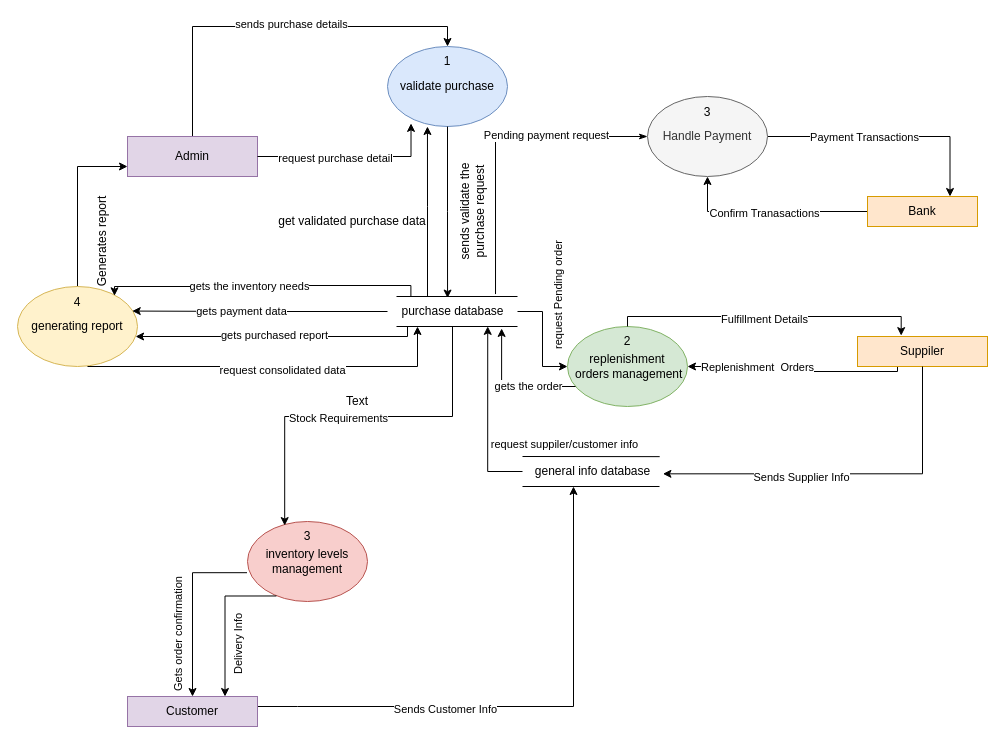
Before: Payment level 1.drawio in pawal-karki/DRAW.IO, a draw.io diagram. Source tidied: cells renumbered, new cells numbered last; positions are measured from the earlier drawing's top-left corner, leaving out a move shared by most shapes. Both pictures are drawn from the tidied source at 100%, with x=0, y=0 at pixel (-3, 46).
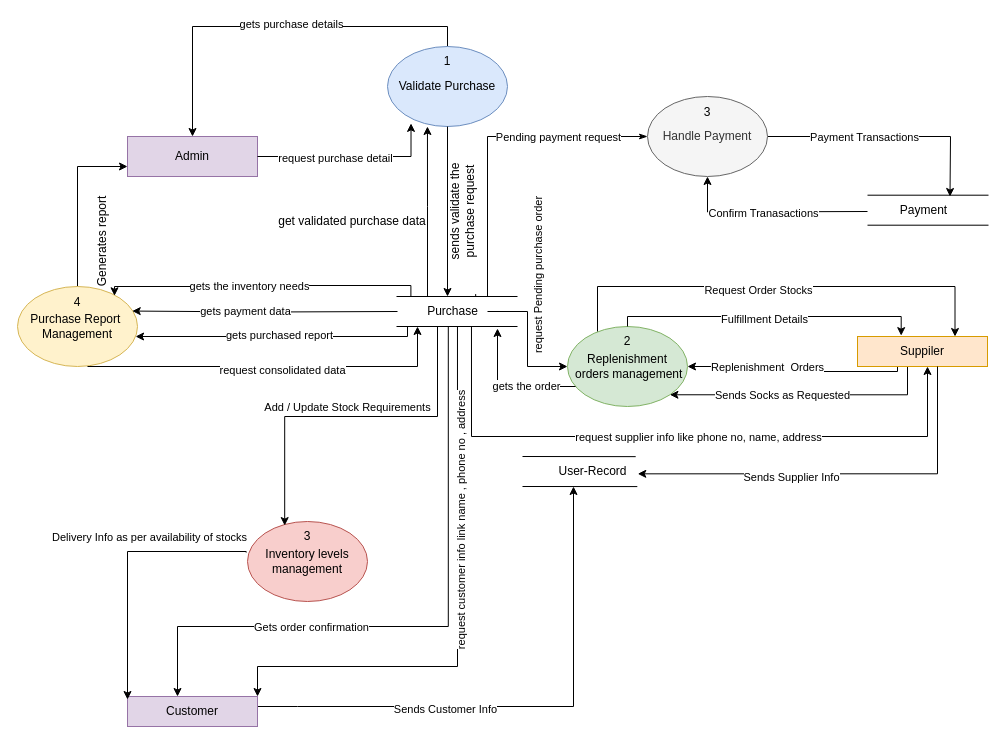
After the change.

Unchanged cells that the change refers to:
```xml
<mxCell id="4" value="Admin" style="rounded=0;whiteSpace=wrap;html=1;fillColor=#e1d5e7;strokeColor=#9673a6;" parent="1" vertex="1">
  <mxGeometry x="130" y="90" width="130" height="40" as="geometry" />
</mxCell>
<mxCell id="12" style="edgeStyle=orthogonalEdgeStyle;rounded=0;jettySize=auto;html=1;" parent="1" edge="1" source="14" target="38">
  <mxGeometry relative="1" as="geometry" />
</mxCell>
<mxCell id="33" value="Customer" style="rounded=0;whiteSpace=wrap;html=1;fillColor=#e1d5e7;strokeColor=#9673a6;" parent="1" vertex="1">
  <mxGeometry x="130" y="650" width="130" height="30" as="geometry" />
</mxCell>
<mxCell id="39" style="edgeStyle=orthogonalEdgeStyle;rounded=0;jettySize=auto;html=1;entryX=0.5;entryY=1;entryDx=0;entryDy=0;startArrow=classic;startFill=1;endArrow=none;endFill=0;" parent="1" edge="1" source="38" target="43">
  <mxGeometry relative="1" as="geometry">
    <Array as="points">
      <mxPoint x="790" y="320" />
      <mxPoint x="790" y="325" />
      <mxPoint x="900" y="325" />
      <mxPoint x="900" y="320" />
    </Array>
  </mxGeometry>
</mxCell>
<mxCell id="43" value="Suppiler" style="rounded=0;whiteSpace=wrap;html=1;fillColor=#ffe6cc;strokeColor=#d79b00;" parent="1" vertex="1">
  <mxGeometry x="860" y="290" width="130" height="30" as="geometry" />
</mxCell>
<mxCell id="57" value="Handle Payment" style="ellipse;whiteSpace=wrap;html=1;fillColor=#f5f5f5;fontColor=#333333;strokeColor=#666666;" parent="1" vertex="1">
  <mxGeometry x="650" y="50" width="120" height="80" as="geometry" />
</mxCell>
```

What changed in the source:
```diff
@@
-    <mxCell id="2" style="edgeStyle=orthogonalEdgeStyle;rounded=0;jettySize=auto;html=1;exitX=0.5;exitY=0;exitDx=0;exitDy=0;entryX=0.5;entryY=0;entryDx=0;entryDy=0;" parent="1" edge="1" source="4" target="5">
+    <mxCell id="2" style="edgeStyle=orthogonalEdgeStyle;rounded=0;jettySize=auto;html=1;exitX=0.5;exitY=0;exitDx=0;exitDy=0;entryX=0.5;entryY=0;entryDx=0;entryDy=0;startArrow=classic;startFill=1;endArrow=none;endFill=0;" parent="1" edge="1" source="4" target="5">
       <mxGeometry relative="1" as="geometry" />
     </mxCell>
-    <mxCell id="3" value="sends purchase details" style="edgeLabel;html=1;align=center;verticalAlign=middle;" parent="2" vertex="1">
+    <mxCell id="3" value="gets purchase details" style="edgeLabel;html=1;align=center;verticalAlign=middle;" parent="2" vertex="1">
       <mxGeometry x="0.08" y="3" relative="1" as="geometry" />
     </mxCell>
@@
-    <mxCell id="5" value="validate purchase" style="ellipse;whiteSpace=wrap;html=1;fillColor=#dae8fc;strokeColor=#6c8ebf;" parent="1" vertex="1">
+    <mxCell id="5" value="Validate Purchase" style="ellipse;whiteSpace=wrap;html=1;fillColor=#dae8fc;strokeColor=#6c8ebf;" parent="1" vertex="1">
       <mxGeometry x="390" width="120" height="80" as="geometry" />
     </mxCell>
@@
-    <mxCell id="7" value="generating report" style="ellipse;whiteSpace=wrap;html=1;fillColor=#fff2cc;strokeColor=#d6b656;" parent="1" vertex="1">
+    <mxCell id="7" value="Purchase Report&amp;nbsp;&lt;div&gt;Management&lt;/div&gt;" style="ellipse;whiteSpace=wrap;html=1;fillColor=#fff2cc;strokeColor=#d6b656;" parent="1" vertex="1">
       <mxGeometry x="20" y="240" width="120" height="80" as="geometry" />
     </mxCell>
@@
     <mxCell id="10" style="edgeStyle=orthogonalEdgeStyle;rounded=0;jettySize=auto;html=1;" parent="1" edge="1" source="14" target="7">
       <mxGeometry relative="1" as="geometry">
         <Array as="points">
+          <mxPoint x="410" y="280" />
           <mxPoint x="410" y="290" />
         </Array>
       </mxGeometry>
     </mxCell>
@@
-    <mxCell id="13" value="request Pending order" style="edgeLabel;html=1;align=center;verticalAlign=middle;rotation=-90;" parent="12" vertex="1">
+    <mxCell id="13" value="request Pending purchase order" style="edgeLabel;html=1;align=center;verticalAlign=middle;rotation=-90;" parent="12" vertex="1">
       <mxGeometry x="-0.02" y="-4" relative="1" as="geometry">
-        <mxPoint x="19" y="-41" as="offset" />
+        <mxPoint x="14" y="-61" as="offset" />
       </mxGeometry>
     </mxCell>
-    <mxCell id="14" value="purchase database" style="text;html=1;align=center;verticalAlign=middle;points=[];strokeColor=none;fillColor=none;" parent="1" vertex="1">
-      <mxGeometry x="390" y="250" width="130" height="30" as="geometry" />
+    <mxCell id="14" value="Purchase" style="text;html=1;align=center;verticalAlign=middle;points=[];strokeColor=none;fillColor=none;" parent="1" vertex="1">
+      <mxGeometry x="420" y="250" width="70" height="30" as="geometry" />
     </mxCell>
@@
-    <mxCell id="18" style="edgeStyle=orthogonalEdgeStyle;rounded=0;jettySize=auto;html=1;entryX=0.462;entryY=0.052;entryDx=0;entryDy=0;entryPerimeter=0;" parent="1" edge="1" source="5" target="14">
-      <mxGeometry relative="1" as="geometry" />
+    <mxCell id="18" style="edgeStyle=orthogonalEdgeStyle;rounded=0;jettySize=auto;html=1;" parent="1" edge="1" source="5">
+      <mxGeometry relative="1" as="geometry">
+        <mxPoint x="450" y="250" as="targetPoint" />
+        <Array as="points">
+          <mxPoint x="450" y="248" />
+        </Array>
+      </mxGeometry>
     </mxCell>
     <mxCell id="19" value="sends validate the purchase request" style="text;html=1;align=center;verticalAlign=middle;whiteSpace=wrap;rounded=0;rotation=-90;" parent="1" vertex="1">
-      <mxGeometry x="400" y="150" width="150" height="30" as="geometry" />
+      <mxGeometry x="390" y="150" width="150" height="30" as="geometry" />
     </mxCell>
@@
-    <mxCell id="24" value="inventory levels management" style="ellipse;whiteSpace=wrap;html=1;fillColor=#f8cecc;strokeColor=#b85450;" parent="1" vertex="1">
+    <mxCell id="24" value="Inventory levels management" style="ellipse;whiteSpace=wrap;html=1;fillColor=#f8cecc;strokeColor=#b85450;" parent="1" vertex="1">
       <mxGeometry x="250" y="475" width="120" height="80" as="geometry" />
     </mxCell>
-    <mxCell id="25" style="edgeStyle=orthogonalEdgeStyle;rounded=0;jettySize=auto;html=1;entryX=0.956;entryY=0.307;entryDx=0;entryDy=0;entryPerimeter=0;" parent="1" edge="1" source="14" target="7">
-      <mxGeometry relative="1" as="geometry" />
+    <mxCell id="25" style="edgeStyle=orthogonalEdgeStyle;rounded=0;jettySize=auto;html=1;entryX=0.956;entryY=0.307;entryDx=0;entryDy=0;entryPerimeter=0;" parent="1" edge="1" target="7">
+      <mxGeometry relative="1" as="geometry">
+        <mxPoint x="400" y="265" as="sourcePoint" />
+      </mxGeometry>
     </mxCell>
@@
     <mxCell id="31" style="edgeStyle=orthogonalEdgeStyle;rounded=0;jettySize=auto;html=1;entryX=0.31;entryY=0.051;entryDx=0;entryDy=0;entryPerimeter=0;" parent="1" edge="1" source="14" target="24">
       <mxGeometry relative="1" as="geometry">
         <Array as="points">
-          <mxPoint x="455" y="370" />
+          <mxPoint x="440" y="370" />
           <mxPoint x="287" y="370" />
         </Array>
       </mxGeometry>
     </mxCell>
-    <mxCell id="32" value="Stock Requirements" style="edgeLabel;html=1;align=center;verticalAlign=middle;" parent="31" vertex="1">
-      <mxGeometry x="0.12" y="1" relative="1" as="geometry" />
+    <mxCell id="32" value="Add / Update Stock Requirements" style="edgeLabel;html=1;align=center;verticalAlign=middle;" parent="31" vertex="1">
+      <mxGeometry x="0.12" y="1" relative="1" as="geometry">
+        <mxPoint x="16" y="-11" as="offset" />
+      </mxGeometry>
     </mxCell>
@@
-    <mxCell id="34" style="edgeStyle=orthogonalEdgeStyle;rounded=0;jettySize=auto;html=1;entryX=-0.004;entryY=0.64;entryDx=0;entryDy=0;entryPerimeter=0;startArrow=classic;startFill=1;endArrow=none;endFill=0;" parent="1" edge="1" source="33" target="24">
-      <mxGeometry relative="1" as="geometry" />
+    <mxCell id="34" style="edgeStyle=orthogonalEdgeStyle;rounded=0;jettySize=auto;html=1;startArrow=classic;startFill=1;endArrow=none;endFill=0;entryX=0.44;entryY=1;entryDx=0;entryDy=0;entryPerimeter=0;" parent="1" edge="1" source="33" target="14">
+      <mxGeometry relative="1" as="geometry">
+        <Array as="points">
+          <mxPoint x="180" y="580" />
+          <mxPoint x="451" y="580" />
+        </Array>
+      </mxGeometry>
     </mxCell>
-    <mxCell id="35" value="Gets order confirmation" style="edgeLabel;html=1;align=center;verticalAlign=middle;rotation=-90;" parent="34" vertex="1">
+    <mxCell id="35" value="Gets order confirmation" style="edgeLabel;html=1;align=center;verticalAlign=middle;rotation=0;" parent="34" vertex="1">
       <mxGeometry x="-0.32" relative="1" as="geometry">
         <mxPoint x="-15" as="offset" />
       </mxGeometry>
     </mxCell>
-    <mxCell id="36" value="Delivery Info" style="edgeLabel;html=1;align=center;verticalAlign=middle;rotation=-90;" parent="34" vertex="1">
+    <mxCell id="36" value="Delivery Info as per availability of stocks" style="edgeLabel;html=1;align=center;verticalAlign=middle;rotation=0;" parent="34" vertex="1">
       <mxGeometry x="-0.32" relative="1" as="geometry">
-        <mxPoint x="45" y="10" as="offset" />
+        <mxPoint x="-177" y="-90" as="offset" />
       </mxGeometry>
     </mxCell>
-    <mxCell id="37" style="edgeStyle=orthogonalEdgeStyle;rounded=0;jettySize=auto;html=1;exitX=0.75;exitY=0;exitDx=0;exitDy=0;entryX=0.241;entryY=0.931;entryDx=0;entryDy=0;entryPerimeter=0;startArrow=classic;startFill=1;endArrow=none;endFill=0;" parent="1" edge="1" source="33" target="24">
+    <mxCell id="37" style="edgeStyle=orthogonalEdgeStyle;rounded=0;jettySize=auto;html=1;exitX=0.75;exitY=0;exitDx=0;exitDy=0;entryX=-0.011;entryY=0.389;entryDx=0;entryDy=0;entryPerimeter=0;startArrow=classic;startFill=1;endArrow=none;endFill=0;" parent="1" edge="1" target="24">
       <mxGeometry relative="1" as="geometry">
+        <mxPoint x="130" y="653" as="sourcePoint" />
         <Array as="points">
-          <mxPoint x="228" y="549" />
+          <mxPoint x="130" y="505" />
+          <mxPoint x="249" y="505" />
         </Array>
       </mxGeometry>
     </mxCell>
+    <mxCell id="67" style="edgeStyle=orthogonalEdgeStyle;rounded=0;jettySize=auto;html=1;entryX=0.75;entryY=0;entryDx=0;entryDy=0;" parent="1" edge="1" source="38" target="43">
+      <mxGeometry relative="1" as="geometry">
+        <Array as="points">
+          <mxPoint x="600" y="240" />
+          <mxPoint x="958" y="240" />
+        </Array>
+      </mxGeometry>
+    </mxCell>
+    <mxCell id="68" value="Request Order Stocks" style="edgeLabel;html=1;align=center;verticalAlign=middle;" parent="67" vertex="1">
+      <mxGeometry x="-0.09" y="-3" relative="1" as="geometry" />
+    </mxCell>
-    <mxCell id="38" value="replenishment&lt;div&gt;&amp;nbsp;orders management&lt;/div&gt;" style="ellipse;whiteSpace=wrap;html=1;fillColor=#d5e8d4;strokeColor=#82b366;" parent="1" vertex="1">
+    <mxCell id="38" value="Replenishment&lt;div&gt;&amp;nbsp;orders management&lt;/div&gt;" style="ellipse;whiteSpace=wrap;html=1;fillColor=#d5e8d4;strokeColor=#82b366;" parent="1" vertex="1">
       <mxGeometry x="570" y="280" width="120" height="80" as="geometry" />
     </mxCell>
@@
     <mxCell id="40" value="Replenishment&amp;nbsp; Orders" style="edgeLabel;html=1;align=center;verticalAlign=middle;" parent="39" vertex="1">
       <mxGeometry x="0.03" y="-1" relative="1" as="geometry">
-        <mxPoint x="-52" y="-6" as="offset" />
+        <mxPoint x="-42" y="-6" as="offset" />
       </mxGeometry>
     </mxCell>
@@
+    <mxCell id="69" style="edgeStyle=orthogonalEdgeStyle;rounded=0;jettySize=auto;html=1;entryX=1;entryY=1;entryDx=0;entryDy=0;" parent="1" edge="1" source="43" target="38">
+      <mxGeometry relative="1" as="geometry">
+        <Array as="points">
+          <mxPoint x="910" y="348" />
+        </Array>
+      </mxGeometry>
+    </mxCell>
+    <mxCell id="70" value="Sends Socks as Requested" style="edgeLabel;html=1;align=center;verticalAlign=middle;" parent="69" vertex="1">
+      <mxGeometry x="0.16" relative="1" as="geometry" />
+    </mxCell>
@@
-    <mxCell id="44" style="edgeStyle=orthogonalEdgeStyle;rounded=0;jettySize=auto;html=1;entryX=0.878;entryY=1.065;entryDx=0;entryDy=0;entryPerimeter=0;" parent="1" edge="1" source="38" target="14">
+    <mxCell id="44" style="edgeStyle=orthogonalEdgeStyle;rounded=0;jettySize=auto;html=1;" parent="1" edge="1" source="38">
       <mxGeometry relative="1" as="geometry">
+        <mxPoint x="500" y="282" as="targetPoint" />
         <Array as="points">
-          <mxPoint x="504" y="340" />
+          <mxPoint x="500" y="340" />
         </Array>
       </mxGeometry>
     </mxCell>
@@
-    <mxCell id="46" value="general info database" style="text;html=1;align=center;verticalAlign=middle;points=[];strokeColor=none;fillColor=none;" parent="1" vertex="1">
-      <mxGeometry x="525" y="410" width="140" height="30" as="geometry" />
+    <mxCell id="46" value="User-Record" style="text;html=1;align=center;verticalAlign=middle;points=[];strokeColor=none;fillColor=none;" parent="1" vertex="1">
+      <mxGeometry x="550" y="410" width="90" height="30" as="geometry" />
     </mxCell>
@@
-    <mxCell id="48" style="endArrow=none;html=1;rounded=0;entryX=0.98;entryY=0.005;entryDx=0;entryDy=0;entryPerimeter=0;" parent="1" edge="1">
+    <mxCell id="48" style="endArrow=none;html=1;rounded=0;entryX=0.998;entryY=1.003;entryDx=0;entryDy=0;entryPerimeter=0;" parent="1" edge="1" target="46">
       <mxGeometry relative="1" as="geometry">
         <mxPoint x="525" y="440" as="sourcePoint" />
-        <mxPoint x="662" y="440" as="targetPoint" />
       </mxGeometry>
     </mxCell>
     <mxCell id="49" style="edgeStyle=orthogonalEdgeStyle;rounded=0;jettySize=auto;html=1;entryX=1.003;entryY=0.578;entryDx=0;entryDy=0;entryPerimeter=0;" parent="1" edge="1" source="43" target="46">
       <mxGeometry relative="1" as="geometry">
         <Array as="points">
-          <mxPoint x="925" y="427" />
+          <mxPoint x="940" y="427" />
         </Array>
       </mxGeometry>
     </mxCell>
@@
-    <mxCell id="51" style="edgeStyle=orthogonalEdgeStyle;rounded=0;jettySize=auto;html=1;entryX=0.771;entryY=0.996;entryDx=0;entryDy=0;entryPerimeter=0;" parent="1" edge="1" source="46" target="14">
-      <mxGeometry relative="1" as="geometry" />
+    <mxCell id="51" style="edgeStyle=orthogonalEdgeStyle;rounded=0;jettySize=auto;html=1;entryX=0.771;entryY=0.996;entryDx=0;entryDy=0;entryPerimeter=0;startArrow=classic;startFill=1;endArrow=none;endFill=0;" parent="1" edge="1" source="43" target="14">
+      <mxGeometry relative="1" as="geometry">
+        <Array as="points">
+          <mxPoint x="930" y="390" />
+          <mxPoint x="474" y="390" />
+        </Array>
+      </mxGeometry>
     </mxCell>
-    <mxCell id="52" value="request suppiler/customer info" style="edgeLabel;html=1;align=center;verticalAlign=middle;" parent="51" vertex="1">
+    <mxCell id="52" value="request supplier info like phone no, name, address" style="edgeLabel;html=1;align=center;verticalAlign=middle;rotation=0;" parent="51" vertex="1">
       <mxGeometry x="-0.22" y="1" relative="1" as="geometry">
-        <mxPoint x="77" y="8" as="offset" />
+        <mxPoint x="-52" y="-1" as="offset" />
       </mxGeometry>
     </mxCell>
     <mxCell id="53" style="edgeStyle=orthogonalEdgeStyle;rounded=0;jettySize=auto;html=1;entryX=0.831;entryY=-0.081;entryDx=0;entryDy=0;entryPerimeter=0;startArrow=classicThin;startFill=1;endArrow=none;endFill=0;" parent="1" edge="1" source="57" target="14">
-      <mxGeometry relative="1" as="geometry" />
+      <mxGeometry relative="1" as="geometry">
+        <Array as="points">
+          <mxPoint x="490" y="90" />
+          <mxPoint x="490" y="250" />
+          <mxPoint x="478" y="250" />
+        </Array>
+      </mxGeometry>
     </mxCell>
     <mxCell id="54" value="Pending payment request" style="edgeLabel;html=1;align=center;verticalAlign=middle;" parent="53" vertex="1">
-      <mxGeometry x="-0.34" y="-2" relative="1" as="geometry" />
+      <mxGeometry x="-0.34" y="-2" relative="1" as="geometry">
+        <mxPoint x="20" y="2" as="offset" />
+      </mxGeometry>
     </mxCell>
-    <mxCell id="55" style="edgeStyle=orthogonalEdgeStyle;rounded=0;jettySize=auto;html=1;entryX=0.75;entryY=0;entryDx=0;entryDy=0;" parent="1" edge="1" source="57" target="60">
-      <mxGeometry relative="1" as="geometry" />
+    <mxCell id="55" style="edgeStyle=orthogonalEdgeStyle;rounded=0;jettySize=auto;html=1;entryX=0.75;entryY=0;entryDx=0;entryDy=0;" parent="1" edge="1" source="57">
+      <mxGeometry relative="1" as="geometry">
+        <mxPoint x="952.5" y="150" as="targetPoint" />
+      </mxGeometry>
     </mxCell>
@@
-    <mxCell id="58" style="edgeStyle=orthogonalEdgeStyle;rounded=0;jettySize=auto;html=1;entryX=0.5;entryY=1;entryDx=0;entryDy=0;" parent="1" edge="1" source="60" target="57">
-      <mxGeometry relative="1" as="geometry" />
+    <mxCell id="58" style="edgeStyle=orthogonalEdgeStyle;rounded=0;jettySize=auto;html=1;entryX=0.5;entryY=1;entryDx=0;entryDy=0;" parent="1" edge="1" target="57">
+      <mxGeometry relative="1" as="geometry">
+        <mxPoint x="870" y="165" as="sourcePoint" />
+      </mxGeometry>
     </mxCell>
@@
-    <mxCell id="60" value="Bank" style="rounded=0;whiteSpace=wrap;html=1;fillColor=#ffe6cc;strokeColor=#d79b00;" parent="1" vertex="1">
-      <mxGeometry x="870" y="150" width="110" height="30" as="geometry" />
-    </mxCell>
@@
-    <mxCell id="62" value="Text" style="text;html=1;align=center;verticalAlign=middle;whiteSpace=wrap;rounded=0;" parent="1" vertex="1">
-      <mxGeometry x="330" y="340" width="60" height="30" as="geometry" />
-    </mxCell>
@@
+    <mxCell id="71" style="endArrow=none;html=1;rounded=0;" parent="1" edge="1">
+      <mxGeometry relative="1" as="geometry">
+        <mxPoint x="870" y="178.7" as="sourcePoint" />
+        <mxPoint x="991" y="178.7" as="targetPoint" />
+      </mxGeometry>
+    </mxCell>
+    <mxCell id="72" style="endArrow=none;html=1;rounded=0;" parent="1" edge="1">
+      <mxGeometry relative="1" as="geometry">
+        <mxPoint x="870" y="148.7" as="sourcePoint" />
+        <mxPoint x="991" y="148.7" as="targetPoint" />
+      </mxGeometry>
+    </mxCell>
+    <mxCell id="73" value="Payment" style="text;html=1;align=center;verticalAlign=middle;strokeColor=none;fillColor=none;" parent="1" vertex="1">
+      <mxGeometry x="891" y="148.7" width="70" height="30" as="geometry" />
+    </mxCell>
+    <mxCell id="74" style="edgeStyle=orthogonalEdgeStyle;rounded=0;jettySize=auto;html=1;exitX=1;exitY=0;exitDx=0;exitDy=0;entryX=0.571;entryY=1;entryDx=0;entryDy=0;entryPerimeter=0;startArrow=classic;startFill=1;endArrow=none;endFill=0;" parent="1" edge="1" source="33" target="14">
+      <mxGeometry relative="1" as="geometry">
+        <Array as="points">
+          <mxPoint x="260" y="620" />
+          <mxPoint x="460" y="620" />
+        </Array>
+      </mxGeometry>
+    </mxCell>
+    <mxCell id="75" value="request customer info link name , phone no , address" style="edgeLabel;html=1;align=center;verticalAlign=middle;rotation=-90;" parent="74" vertex="1">
+      <mxGeometry x="-0.47" y="2" relative="1" as="geometry">
+        <mxPoint x="82" y="-143" as="offset" />
+      </mxGeometry>
+    </mxCell>
```
